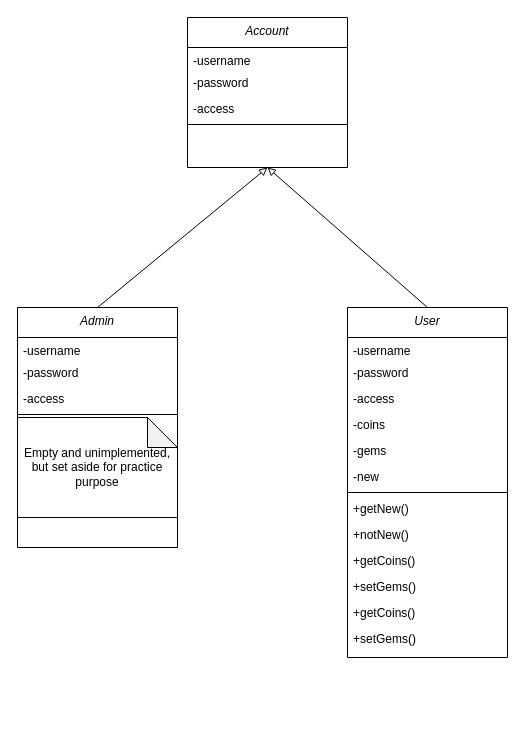
Earlier version of the draw.io diagram userClass.drawio (KO-KAYO/csprojectUML). Source tidied: cells renumbered, new cells numbered last; positions are measured from the earlier drawing's top-left corner, leaving out a move shared by most shapes. Both pictures are drawn from the tidied source at 100%, with x=0, y=0 at pixel (17, 17).
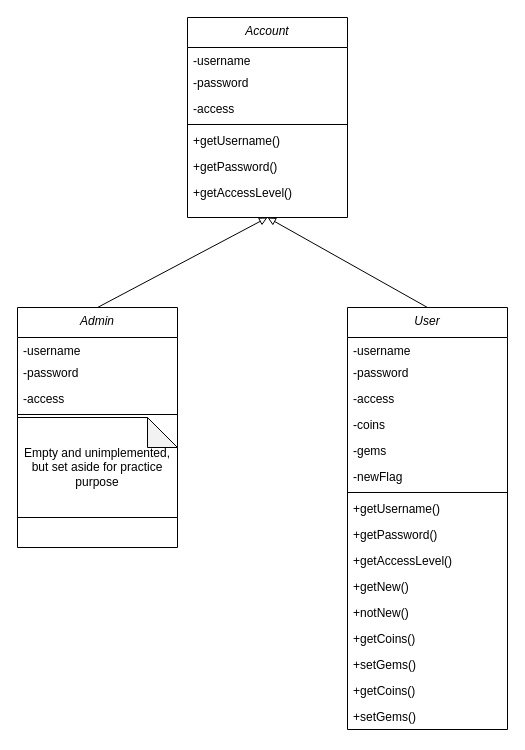
Above is the later version.

What changed in the source:
```diff
@@
     <mxCell id="2" value="Account" style="swimlane;fontStyle=2;align=center;verticalAlign=top;horizontal=1;startSize=30;rounded=0;shadow=0;strokeWidth=1;" parent="1" vertex="1">
-      <mxGeometry x="170" width="160" height="150" as="geometry" />
+      <mxGeometry x="170" width="160" height="200" as="geometry" />
     </mxCell>
@@
+    <mxCell id="29" value="+getUsername()" style="text;align=left;verticalAlign=top;spacingLeft=4;spacingRight=4;overflow=hidden;rounded=0;shadow=0;html=0;" parent="2" vertex="1">
+      <mxGeometry y="110" width="160" height="26" as="geometry" />
+    </mxCell>
+    <mxCell id="30" value="+getPassword()" style="text;align=left;verticalAlign=top;spacingLeft=4;spacingRight=4;overflow=hidden;rounded=0;shadow=0;html=0;" parent="2" vertex="1">
+      <mxGeometry y="136" width="160" height="26" as="geometry" />
+    </mxCell>
+    <mxCell id="31" value="+getAccessLevel()" style="text;align=left;verticalAlign=top;spacingLeft=4;spacingRight=4;overflow=hidden;rounded=0;shadow=0;html=0;" parent="2" vertex="1">
+      <mxGeometry y="162" width="160" height="26" as="geometry" />
+    </mxCell>
     <mxCell id="7" value="User" style="swimlane;fontStyle=2;align=center;verticalAlign=top;horizontal=1;startSize=30;rounded=0;shadow=0;strokeWidth=1;" parent="1" vertex="1">
-      <mxGeometry x="330" y="290" width="160" height="350" as="geometry" />
+      <mxGeometry x="330" y="290" width="160" height="422" as="geometry" />
     </mxCell>
@@
-    <mxCell id="13" value="-new" style="text;align=left;verticalAlign=top;spacingLeft=4;spacingRight=4;overflow=hidden;rounded=0;shadow=0;html=0;" parent="7" vertex="1">
+    <mxCell id="13" value="-newFlag" style="text;align=left;verticalAlign=top;spacingLeft=4;spacingRight=4;overflow=hidden;rounded=0;shadow=0;html=0;" parent="7" vertex="1">
       <mxGeometry y="156" width="160" height="26" as="geometry" />
     </mxCell>
@@
+    <mxCell id="32" value="+getUsername()" style="text;align=left;verticalAlign=top;spacingLeft=4;spacingRight=4;overflow=hidden;rounded=0;shadow=0;html=0;" parent="7" vertex="1">
+      <mxGeometry y="188" width="160" height="26" as="geometry" />
+    </mxCell>
+    <mxCell id="33" value="+getPassword()" style="text;align=left;verticalAlign=top;spacingLeft=4;spacingRight=4;overflow=hidden;rounded=0;shadow=0;html=0;" parent="7" vertex="1">
+      <mxGeometry y="214" width="160" height="26" as="geometry" />
+    </mxCell>
+    <mxCell id="34" value="+getAccessLevel()" style="text;align=left;verticalAlign=top;spacingLeft=4;spacingRight=4;overflow=hidden;rounded=0;shadow=0;html=0;" parent="7" vertex="1">
+      <mxGeometry y="240" width="160" height="26" as="geometry" />
+    </mxCell>
     <mxCell id="15" value="+getNew()&#10;" style="text;align=left;verticalAlign=top;spacingLeft=4;spacingRight=4;overflow=hidden;rounded=0;shadow=0;html=0;" parent="7" vertex="1">
-      <mxGeometry y="188" width="160" height="26" as="geometry" />
+      <mxGeometry y="266" width="160" height="26" as="geometry" />
     </mxCell>
     <mxCell id="16" value="+notNew()" style="text;align=left;verticalAlign=top;spacingLeft=4;spacingRight=4;overflow=hidden;rounded=0;shadow=0;html=0;" parent="7" vertex="1">
-      <mxGeometry y="214" width="160" height="26" as="geometry" />
+      <mxGeometry y="292" width="160" height="26" as="geometry" />
     </mxCell>
     <mxCell id="17" value="+getCoins()" style="text;align=left;verticalAlign=top;spacingLeft=4;spacingRight=4;overflow=hidden;rounded=0;shadow=0;html=0;" parent="7" vertex="1">
-      <mxGeometry y="240" width="160" height="26" as="geometry" />
+      <mxGeometry y="318" width="160" height="26" as="geometry" />
     </mxCell>
     <mxCell id="18" value="+setGems()" style="text;align=left;verticalAlign=top;spacingLeft=4;spacingRight=4;overflow=hidden;rounded=0;shadow=0;html=0;" parent="7" vertex="1">
-      <mxGeometry y="266" width="160" height="26" as="geometry" />
+      <mxGeometry y="344" width="160" height="26" as="geometry" />
     </mxCell>
     <mxCell id="19" value="+getCoins()" style="text;align=left;verticalAlign=top;spacingLeft=4;spacingRight=4;overflow=hidden;rounded=0;shadow=0;html=0;" parent="7" vertex="1">
-      <mxGeometry y="292" width="160" height="26" as="geometry" />
+      <mxGeometry y="370" width="160" height="26" as="geometry" />
     </mxCell>
     <mxCell id="20" value="+setGems()" style="text;align=left;verticalAlign=top;spacingLeft=4;spacingRight=4;overflow=hidden;rounded=0;shadow=0;html=0;" parent="7" vertex="1">
-      <mxGeometry y="318" width="160" height="26" as="geometry" />
+      <mxGeometry y="396" width="160" height="26" as="geometry" />
     </mxCell>
```
